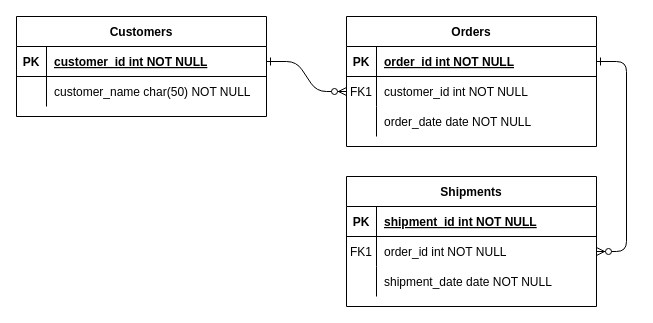
Earlier version of the draw.io diagram Untitled Diagram.drawio (MattCoston/ACA_Capstone). Source tidied: cells renumbered, new cells numbered last; positions are measured from the earlier drawing's top-left corner, leaving out a move shared by most shapes. Both pictures are drawn from the tidied source at 100%, with x=0, y=0 at pixel (16, 16).
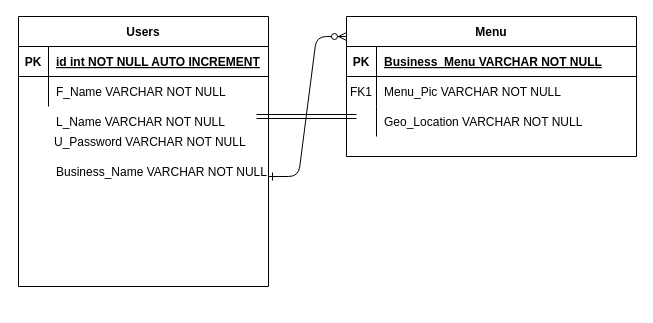
The same page after the edit.

Unchanged cells that the change refers to:
```xml
<mxCell id="25" style="shape=partialRectangle;fillColor=none;points=[[0,0.5],[1,0.5]];portConstraint=eastwest;top=0;left=0;right=0;bottom=1;" parent="24" vertex="1">
  <mxGeometry y="30" width="250" height="30" as="geometry" />
</mxCell>
<mxCell id="28" style="shape=partialRectangle;fillColor=none;top=0;left=0;right=0;bottom=0;" parent="24" vertex="1">
  <mxGeometry y="60" width="250" height="30" as="geometry" />
</mxCell>
```

Change to the diagram source:
```diff
@@
-    <mxCell id="2" style="edgeStyle=entityRelationEdgeStyle;endArrow=ERzeroToMany;startArrow=ERone;endFill=1;startFill=0;" parent="1" edge="1" source="25" target="8">
-      <mxGeometry relative="1" as="geometry" />
+    <mxCell id="2" style="edgeStyle=entityRelationEdgeStyle;endArrow=ERzeroToMany;startArrow=ERone;endFill=1;startFill=0;entryX=0;entryY=0.143;entryDx=0;entryDy=0;entryPerimeter=0;" parent="1" edge="1" target="4">
+      <mxGeometry relative="1" as="geometry">
+        <mxPoint x="252" y="160" as="sourcePoint" />
+      </mxGeometry>
     </mxCell>
-    <mxCell id="3" style="edgeStyle=entityRelationEdgeStyle;endArrow=ERzeroToMany;startArrow=ERone;endFill=1;startFill=0;" parent="1" edge="1" source="5" target="18">
-      <mxGeometry relative="1" as="geometry" />
-    </mxCell>
-    <mxCell id="4" value="Orders" style="shape=table;startSize=30;childLayout=tableLayout;rowLines=0;fontStyle=1;align=center;" parent="1" vertex="1">
-      <mxGeometry x="330" width="250" height="130" as="geometry" />
+    <mxCell id="4" value="Menu" style="shape=table;startSize=30;childLayout=tableLayout;rowLines=0;fontStyle=1;align=center;" parent="1" vertex="1">
+      <mxGeometry x="330" width="290" height="140" as="geometry" />
     </mxCell>
     <mxCell id="5" style="shape=partialRectangle;fillColor=none;points=[[0,0.5],[1,0.5]];portConstraint=eastwest;top=0;left=0;right=0;bottom=1;" parent="4" vertex="1">
-      <mxGeometry y="30" width="250" height="30" as="geometry" />
+      <mxGeometry y="30" width="290" height="30" as="geometry" />
     </mxCell>
@@
-    <mxCell id="7" value="order_id int NOT NULL " style="shape=partialRectangle;overflow=hidden;fillColor=none;top=0;left=0;bottom=0;right=0;align=left;spacingLeft=6;fontStyle=5;" parent="5" vertex="1">
-      <mxGeometry x="30" width="220" height="30" as="geometry" />
+    <mxCell id="7" value="Business_Menu VARCHAR NOT NULL" style="shape=partialRectangle;overflow=hidden;fillColor=none;top=0;left=0;bottom=0;right=0;align=left;spacingLeft=6;fontStyle=5;" parent="5" vertex="1">
+      <mxGeometry x="30" width="260" height="30" as="geometry" />
     </mxCell>
     <mxCell id="8" style="shape=partialRectangle;fillColor=none;points=[[0,0.5],[1,0.5]];portConstraint=eastwest;top=0;left=0;right=0;bottom=0;" parent="4" vertex="1">
-      <mxGeometry y="60" width="250" height="30" as="geometry" />
+      <mxGeometry y="60" width="290" height="30" as="geometry" />
     </mxCell>
@@
-    <mxCell id="10" value="customer_id int NOT NULL" style="shape=partialRectangle;overflow=hidden;fillColor=none;top=0;left=0;bottom=0;right=0;align=left;spacingLeft=6;" parent="8" vertex="1">
-      <mxGeometry x="30" width="220" height="30" as="geometry" />
+    <mxCell id="10" value="Menu_Pic VARCHAR NOT NULL" style="shape=partialRectangle;overflow=hidden;fillColor=none;top=0;left=0;bottom=0;right=0;align=left;spacingLeft=6;" parent="8" vertex="1">
+      <mxGeometry x="30" width="260" height="30" as="geometry" />
     </mxCell>
     <mxCell id="11" style="shape=partialRectangle;fillColor=none;top=0;left=0;right=0;bottom=0;" parent="4" vertex="1">
-      <mxGeometry y="90" width="250" height="30" as="geometry" />
+      <mxGeometry y="90" width="290" height="30" as="geometry" />
     </mxCell>
@@
-    <mxCell id="13" value="order_date date NOT NULL" style="shape=partialRectangle;overflow=hidden;fillColor=none;top=0;left=0;bottom=0;right=0;align=left;spacingLeft=6;" parent="11" vertex="1">
-      <mxGeometry x="30" width="220" height="30" as="geometry" />
+    <mxCell id="13" value="Geo_Location VARCHAR NOT NULL" style="shape=partialRectangle;overflow=hidden;fillColor=none;top=0;left=0;bottom=0;right=0;align=left;spacingLeft=6;" parent="11" vertex="1">
+      <mxGeometry x="30" width="260" height="30" as="geometry" />
     </mxCell>
-    <mxCell id="14" value="Shipments" style="shape=table;startSize=30;childLayout=tableLayout;rowLines=0;fontStyle=1;align=center;" parent="1" vertex="1">
-      <mxGeometry x="330" y="160" width="250" height="130" as="geometry" />
-    </mxCell>
-    <mxCell id="15" style="shape=partialRectangle;fillColor=none;top=0;left=0;right=0;bottom=1;" parent="14" vertex="1">
-      <mxGeometry y="30" width="250" height="30" as="geometry" />
-    </mxCell>
-    <mxCell id="16" value="PK" style="shape=partialRectangle;overflow=hidden;fillColor=none;top=0;left=0;bottom=0;right=0;fontStyle=1;" parent="15" vertex="1">
-      <mxGeometry width="30" height="30" as="geometry" />
-    </mxCell>
-    <mxCell id="17" value="shipment_id int NOT NULL " style="shape=partialRectangle;overflow=hidden;fillColor=none;top=0;left=0;bottom=0;right=0;align=left;spacingLeft=6;fontStyle=5;" parent="15" vertex="1">
-      <mxGeometry x="30" width="220" height="30" as="geometry" />
-    </mxCell>
-    <mxCell id="18" style="shape=partialRectangle;fillColor=none;points=[[0,0.5],[1,0.5]];portConstraint=eastwest;top=0;left=0;right=0;bottom=0;" parent="14" vertex="1">
-      <mxGeometry y="60" width="250" height="30" as="geometry" />
-    </mxCell>
-    <mxCell id="19" value="FK1" style="shape=partialRectangle;overflow=hidden;fillColor=none;top=0;left=0;bottom=0;right=0;" parent="18" vertex="1">
-      <mxGeometry width="30" height="30" as="geometry" />
-    </mxCell>
-    <mxCell id="20" value="order_id int NOT NULL" style="shape=partialRectangle;overflow=hidden;fillColor=none;top=0;left=0;bottom=0;right=0;align=left;spacingLeft=6;" parent="18" vertex="1">
-      <mxGeometry x="30" width="220" height="30" as="geometry" />
-    </mxCell>
-    <mxCell id="21" style="shape=partialRectangle;fillColor=none;top=0;left=0;right=0;bottom=0;" parent="14" vertex="1">
-      <mxGeometry y="90" width="250" height="30" as="geometry" />
-    </mxCell>
-    <mxCell id="22" style="shape=partialRectangle;overflow=hidden;fillColor=none;top=0;left=0;bottom=0;right=0;" parent="21" vertex="1">
-      <mxGeometry width="30" height="30" as="geometry" />
-    </mxCell>
-    <mxCell id="23" value="shipment_date date NOT NULL" style="shape=partialRectangle;overflow=hidden;fillColor=none;top=0;left=0;bottom=0;right=0;align=left;spacingLeft=6;" parent="21" vertex="1">
-      <mxGeometry x="30" width="220" height="30" as="geometry" />
-    </mxCell>
-    <mxCell id="24" value="Customers" style="shape=table;startSize=30;childLayout=tableLayout;rowLines=0;fontStyle=1;align=center;" parent="1" vertex="1">
-      <mxGeometry width="250" height="100" as="geometry" />
+    <mxCell id="24" value="Users" style="shape=table;startSize=30;childLayout=tableLayout;rowLines=0;fontStyle=1;align=center;" parent="1" vertex="1">
+      <mxGeometry x="2" width="250" height="270" as="geometry" />
     </mxCell>
@@
-    <mxCell id="27" value="customer_id int NOT NULL " style="shape=partialRectangle;overflow=hidden;fillColor=none;top=0;left=0;bottom=0;right=0;align=left;spacingLeft=6;fontStyle=5;" parent="25" vertex="1">
+    <mxCell id="27" value="id int NOT NULL AUTO INCREMENT" style="shape=partialRectangle;overflow=hidden;fillColor=none;top=0;left=0;bottom=0;right=0;align=left;spacingLeft=6;fontStyle=5;" parent="25" vertex="1">
       <mxGeometry x="30" width="220" height="30" as="geometry" />
     </mxCell>
@@
-    <mxCell id="30" value="customer_name char(50) NOT NULL" style="shape=partialRectangle;overflow=hidden;fillColor=none;top=0;left=0;bottom=0;right=0;align=left;spacingLeft=6;" parent="28" vertex="1">
+    <mxCell id="30" value="F_Name VARCHAR NOT NULL" style="shape=partialRectangle;overflow=hidden;fillColor=none;top=0;left=0;bottom=0;right=0;align=left;spacingLeft=6;" parent="28" vertex="1">
       <mxGeometry x="30" width="220" height="30" as="geometry" />
     </mxCell>
+    <mxCell id="31" value="L_Name VARCHAR NOT NULL" style="shape=partialRectangle;overflow=hidden;fillColor=none;top=0;left=0;bottom=0;right=0;align=left;spacingLeft=6;" parent="1" vertex="1">
+      <mxGeometry x="32" y="90" width="220" height="30" as="geometry" />
+    </mxCell>
+    <mxCell id="32" value="U_Password VARCHAR NOT NULL" style="shape=partialRectangle;overflow=hidden;fillColor=none;top=0;left=0;bottom=0;right=0;align=left;spacingLeft=6;" parent="1" vertex="1">
+      <mxGeometry x="30" y="110" width="220" height="30" as="geometry" />
+    </mxCell>
+    <mxCell id="33" value="Business_Name VARCHAR NOT NULL" style="shape=partialRectangle;overflow=hidden;fillColor=none;top=0;left=0;bottom=0;right=0;align=left;spacingLeft=6;" parent="1" vertex="1">
+      <mxGeometry x="32" y="140" width="220" height="30" as="geometry" />
+    </mxCell>
+    <mxCell id="34" style="shape=link;html=1;strokeColor=#000000;" parent="1" edge="1">
+      <mxGeometry relative="1" as="geometry">
+        <mxPoint x="240" y="100" as="sourcePoint" />
+        <mxPoint x="340" y="100" as="targetPoint" />
+      </mxGeometry>
+    </mxCell>
```
